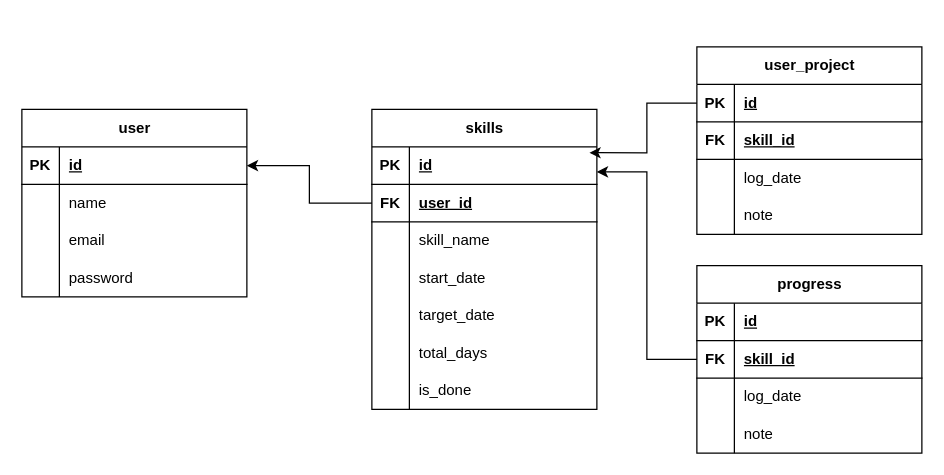
hambali-020608/skill-tracer keeps this draw.io diagram as Diagram Tanpa Judul.drawio. Above is the earlier version. Source tidied: cells renumbered, new cells numbered last; positions are measured from the earlier drawing's top-left corner, leaving out a move shared by most shapes. Both pictures are drawn from the tidied source at 125%, with x=0, y=0 at pixel (21, 46).
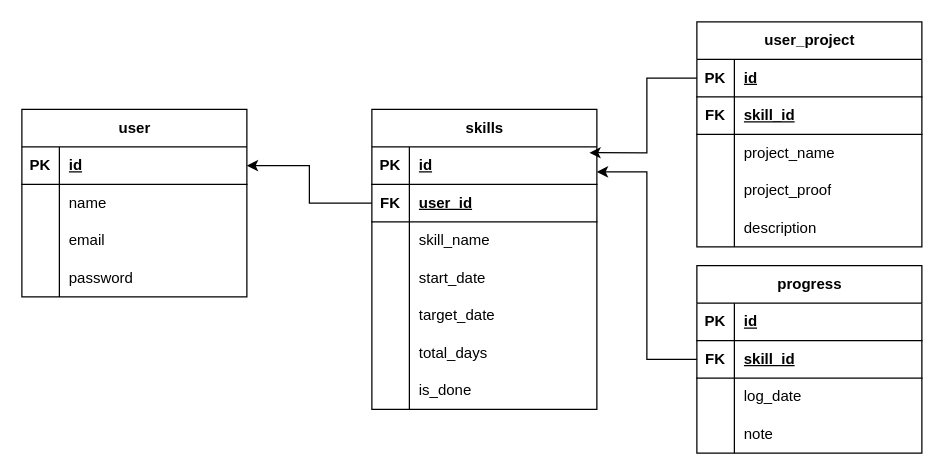
After the change.

Unchanged cells that the change refers to:
```xml
<mxCell id="59" style="shape=tableRow;horizontal=0;startSize=0;swimlaneHead=0;swimlaneBody=0;fillColor=none;top=0;left=0;right=0;bottom=0;" parent="52" vertex="1">
  <mxGeometry y="90" width="180" height="30" as="geometry" />
</mxCell>
<mxCell id="62" style="shape=tableRow;horizontal=0;startSize=0;swimlaneHead=0;swimlaneBody=0;fillColor=none;top=0;left=0;right=0;bottom=0;" parent="52" vertex="1">
  <mxGeometry y="120" width="180" height="30" as="geometry" />
</mxCell>
```

What changed in the source:
```diff
@@
     <mxCell id="52" value="user_project" style="shape=table;startSize=30;childLayout=tableLayout;rowLines=0;fontStyle=1;align=center;html=1;" parent="1" vertex="1">
-      <mxGeometry x="540" width="180" height="150" as="geometry" />
+      <mxGeometry x="540" y="-20" width="180" height="180" as="geometry" />
     </mxCell>
@@
-    <mxCell id="61" value="log_date" style="shape=partialRectangle;fillColor=none;top=0;left=0;bottom=0;right=0;align=left;spacingLeft=6;overflow=hidden;whiteSpace=wrap;html=1;" parent="59" vertex="1">
+    <mxCell id="61" value="project_name" style="shape=partialRectangle;fillColor=none;top=0;left=0;bottom=0;right=0;align=left;spacingLeft=6;overflow=hidden;whiteSpace=wrap;html=1;" parent="59" vertex="1">
       <mxGeometry x="30" width="150" height="30" as="geometry" />
     </mxCell>
@@
-    <mxCell id="64" value="note" style="shape=partialRectangle;fillColor=none;top=0;left=0;bottom=0;right=0;align=left;spacingLeft=6;overflow=hidden;whiteSpace=wrap;html=1;" parent="62" vertex="1">
+    <mxCell id="64" value="project_proof" style="shape=partialRectangle;fillColor=none;top=0;left=0;bottom=0;right=0;align=left;spacingLeft=6;overflow=hidden;whiteSpace=wrap;html=1;" parent="62" vertex="1">
       <mxGeometry x="30" width="150" height="30" as="geometry" />
     </mxCell>
+    <mxCell id="66" style="shape=tableRow;horizontal=0;startSize=0;swimlaneHead=0;swimlaneBody=0;fillColor=none;top=0;left=0;right=0;bottom=0;" parent="52" vertex="1">
+      <mxGeometry y="150" width="180" height="30" as="geometry" />
+    </mxCell>
+    <mxCell id="67" style="shape=partialRectangle;fillColor=none;top=0;left=0;bottom=0;right=0;overflow=hidden;whiteSpace=wrap;html=1;" parent="66" vertex="1">
+      <mxGeometry width="30" height="30" as="geometry" />
+    </mxCell>
+    <mxCell id="68" value="description" style="shape=partialRectangle;fillColor=none;top=0;left=0;bottom=0;right=0;align=left;spacingLeft=6;overflow=hidden;whiteSpace=wrap;html=1;" parent="66" vertex="1">
+      <mxGeometry x="30" width="150" height="30" as="geometry" />
+    </mxCell>
```
